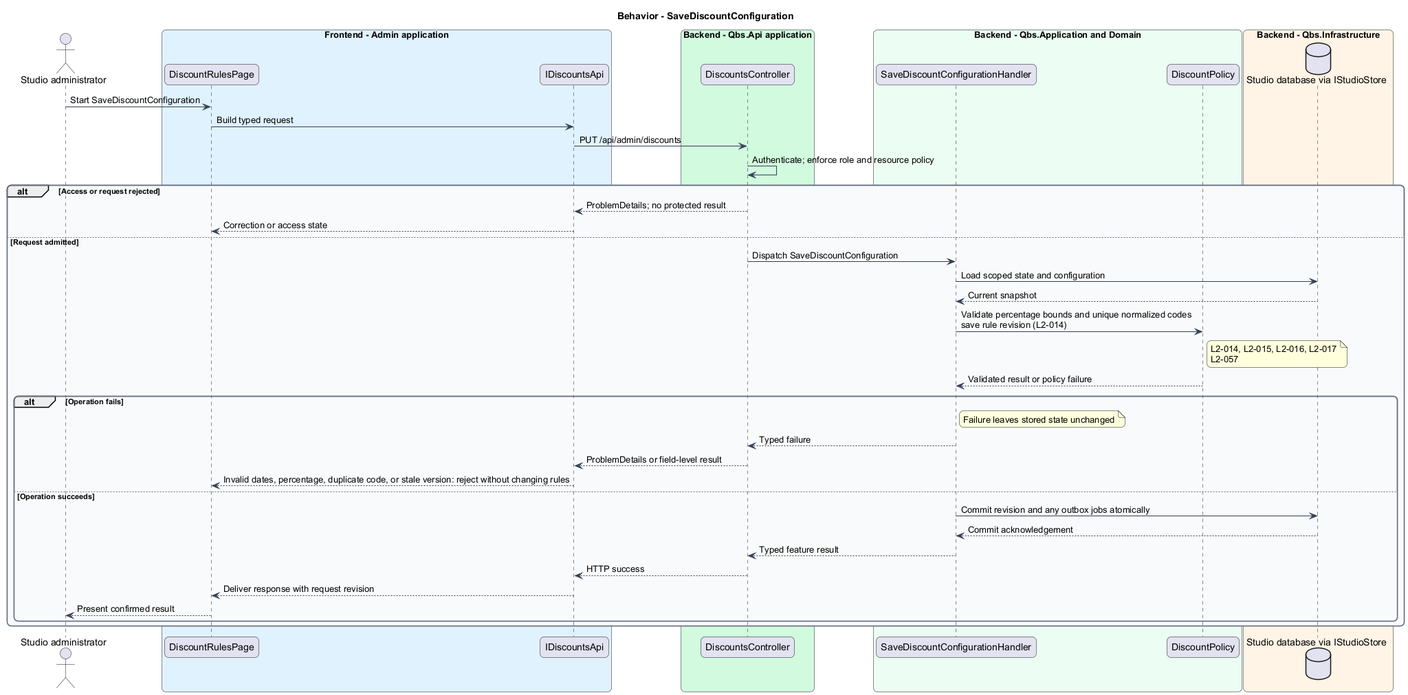
Above: docs/detailed-designs/quotations/apply-discounts/diagrams/sequence-save-discount-configuration.png in QuinntyneBrown/quinntyne-brown-studio (PlantUML), before the change. Source of this version:
```plantuml
@startuml
skinparam backgroundColor #FFFFFF
skinparam shadowing false
skinparam roundcorner 12
skinparam defaultFontName Arial
skinparam ArrowColor #344054
skinparam rectangle {
  BorderColor #344054
  FontColor #101828
}
skinparam package {
  BorderColor #667085
  FontColor #101828
  BackgroundColor #F9FAFB
}
title Behavior - SaveDiscountConfiguration
actor "Studio administrator" as actor
box "Frontend - Admin application" #E0F2FE
 participant "DiscountRulesPage" as page
 participant "IDiscountsApi" as client
end box
box "Backend - Qbs.Api application" #D1FADF
 participant "DiscountsController" as controller
end box
box "Backend - Qbs.Application and Domain" #ECFDF3
 participant "SaveDiscountConfigurationHandler" as handler
 participant "DiscountPolicy" as entity
end box
box "Backend - Qbs.Infrastructure" #FFF4E5
 database "Studio database via IStudioStore" as db
end box
actor -> page : Start SaveDiscountConfiguration
page -> client : Build typed request
client -> controller : PUT /api/admin/discounts
controller -> controller : Authenticate; enforce role and resource policy
alt Access or request rejected
controller --> client : ProblemDetails; no protected result
client --> page : Correction or access state
else Request admitted
controller -> handler : Dispatch SaveDiscountConfiguration
handler -> db : Load scoped state and configuration
db --> handler : Current snapshot
handler -> entity : Validate percentage bounds and unique normalized codes\nsave rule revision (L2-014)
note right of entity
L2-014, L2-015, L2-016, L2-017
L2-057
end note
entity --> handler : Validated result or policy failure
alt Operation fails
note right of handler : Failure leaves stored state unchanged
handler --> controller : Typed failure
controller --> client : ProblemDetails or field-level result
client --> page : Invalid dates, percentage, duplicate code, or stale version: reject without changing rules
else Operation succeeds
handler -> db : Commit revision and any outbox jobs atomically
db --> handler : Commit acknowledgement
handler --> controller : Typed feature result
controller --> client : HTTP success
client --> page : Deliver response with request revision
page --> actor : Present confirmed result
end
end
@enduml
```
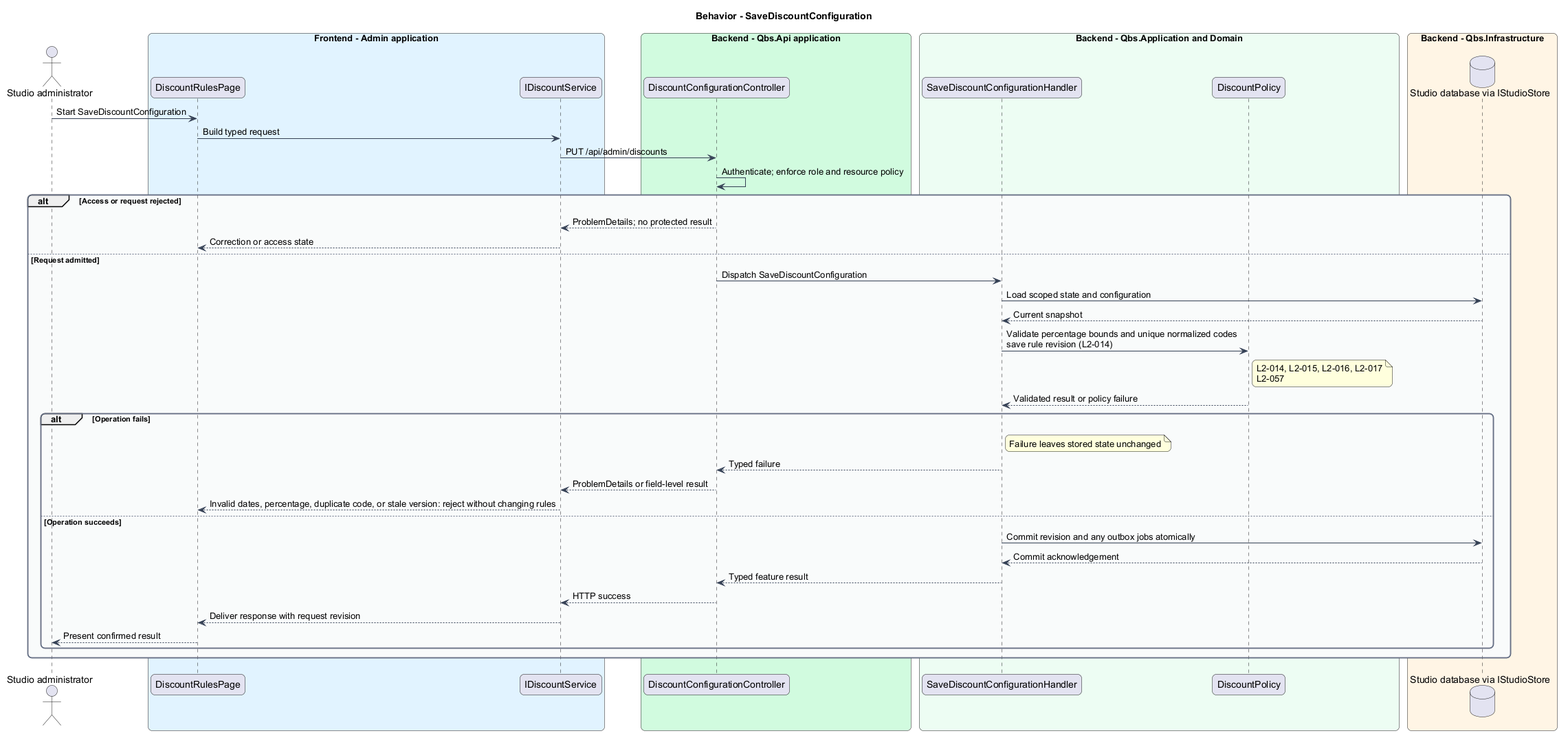
Above is the later version.

What changed in the source:
```diff
@@ -17,10 +17,10 @@
 actor "Studio administrator" as actor
 box "Frontend - Admin application" #E0F2FE
  participant "DiscountRulesPage" as page
- participant "IDiscountsApi" as client
+ participant "IDiscountService" as client
 end box
 box "Backend - Qbs.Api application" #D1FADF
- participant "DiscountsController" as controller
+ participant "DiscountConfigurationController" as controller
 end box
 box "Backend - Qbs.Application and Domain" #ECFDF3
  participant "SaveDiscountConfigurationHandler" as handler
```
